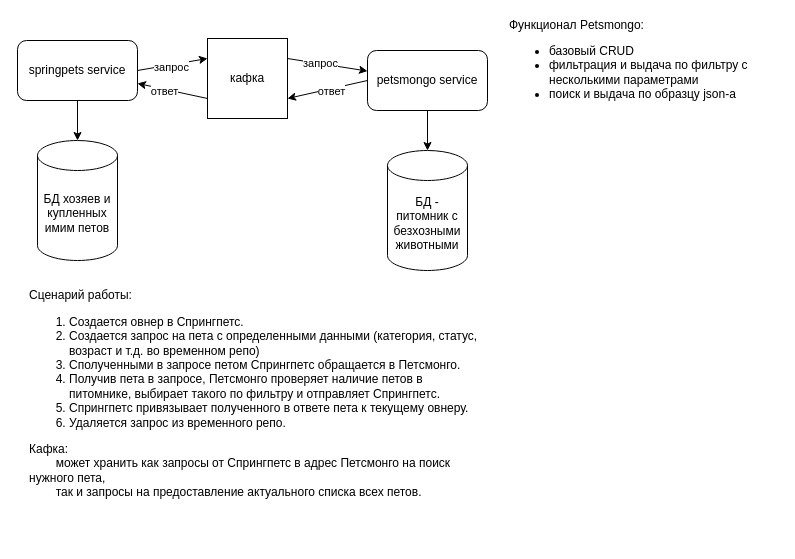
Earlier version of the draw.io diagram FINDME.drawio (S100P/petsmongo). Source tidied: cells renumbered, new cells numbered last; positions are measured from the earlier drawing's top-left corner, leaving out a move shared by most shapes. Both pictures are drawn from the tidied source at 100%, with x=0, y=0 at pixel (17, 38).
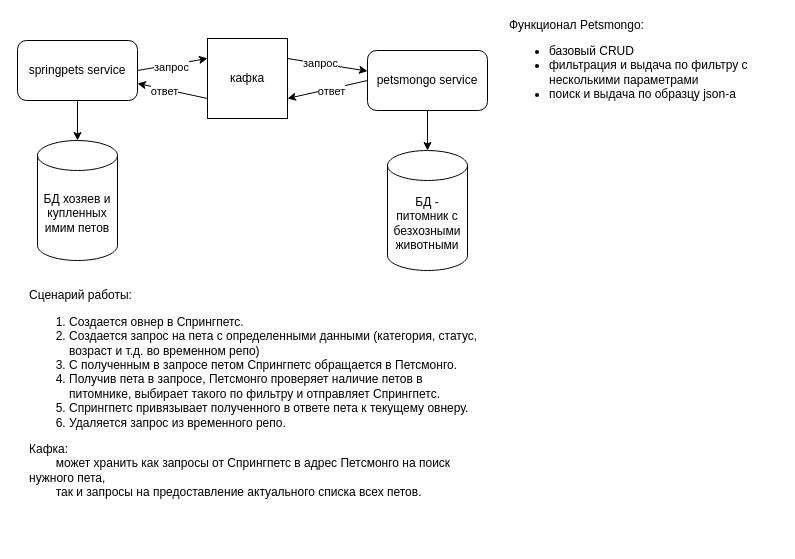
After the change.

What changed in the source:
```diff
@@
-    <mxCell id="4" value="Сценарий работы:&lt;div&gt;&lt;ol&gt;&lt;li&gt;Создается овнер в Спрингпетс.&lt;/li&gt;&lt;li&gt;Создается запрос на пета с определенными данными (категория, статус, возраст и т.д. во временном репо)&lt;/li&gt;&lt;li&gt;Сполученными в запросе петом Спрингпетс обращается в Петсмонго.&lt;/li&gt;&lt;li&gt;Получив пета в запросе, Петсмонго проверяет наличие петов в питомнике, выбирает такого по фильтру и отправляет Спрингпетс.&lt;/li&gt;&lt;li&gt;Спрингпетс привязывает полученного в ответе пета к текущему овнеру.&lt;/li&gt;&lt;li&gt;Удаляется запрос из временного репо.&amp;nbsp;&lt;/li&gt;&lt;/ol&gt;&lt;div&gt;Кафка:&lt;/div&gt;&lt;/div&gt;&lt;div&gt;&lt;span style=&quot;white-space: pre;&quot;&gt;&#9;&lt;/span&gt;может хранить как запросы от Спрингпетс в адрес Петсмонго на поиск нужного пета,&amp;nbsp;&lt;/div&gt;&lt;div&gt;&lt;span style=&quot;white-space: pre;&quot;&gt;&#9;&lt;/span&gt;так и запросы на предоставление актуального списка всех петов.&amp;nbsp;&lt;br&gt;&lt;/div&gt;&lt;div&gt;&lt;br&gt;&lt;/div&gt;&lt;div&gt;&lt;br&gt;&lt;/div&gt;&lt;div&gt;&lt;br&gt;&lt;/div&gt;" style="text;html=1;align=left;verticalAlign=middle;whiteSpace=wrap;rounded=0;" parent="1" vertex="1">
+    <mxCell id="4" value="Сценарий работы:&lt;div&gt;&lt;ol&gt;&lt;li&gt;Создается овнер в Спрингпетс.&lt;/li&gt;&lt;li&gt;Создается запрос на пета с определенными данными (категория, статус, возраст и т.д. во временном репо)&lt;/li&gt;&lt;li&gt;С полученным в запросе петом Спрингпетс обращается в Петсмонго.&lt;/li&gt;&lt;li&gt;Получив пета в запросе, Петсмонго проверяет наличие петов в питомнике, выбирает такого по фильтру и отправляет Спрингпетс.&lt;/li&gt;&lt;li&gt;Спрингпетс привязывает полученного в ответе пета к текущему овнеру.&lt;/li&gt;&lt;li&gt;Удаляется запрос из временного репо.&amp;nbsp;&lt;/li&gt;&lt;/ol&gt;&lt;div&gt;Кафка:&lt;/div&gt;&lt;/div&gt;&lt;div&gt;&lt;span style=&quot;white-space: pre;&quot;&gt;&#9;&lt;/span&gt;может хранить как запросы от Спрингпетс в адрес Петсмонго на поиск нужного пета,&amp;nbsp;&lt;/div&gt;&lt;div&gt;&lt;span style=&quot;white-space: pre;&quot;&gt;&#9;&lt;/span&gt;так и запросы на предоставление актуального списка всех петов.&amp;nbsp;&lt;br&gt;&lt;/div&gt;&lt;div&gt;&lt;br&gt;&lt;/div&gt;&lt;div&gt;&lt;br&gt;&lt;/div&gt;&lt;div&gt;&lt;br&gt;&lt;/div&gt;" style="text;html=1;align=left;verticalAlign=middle;whiteSpace=wrap;rounded=0;" parent="1" vertex="1">
       <mxGeometry x="10" y="252" width="460" height="250" as="geometry" />
     </mxCell>
```
